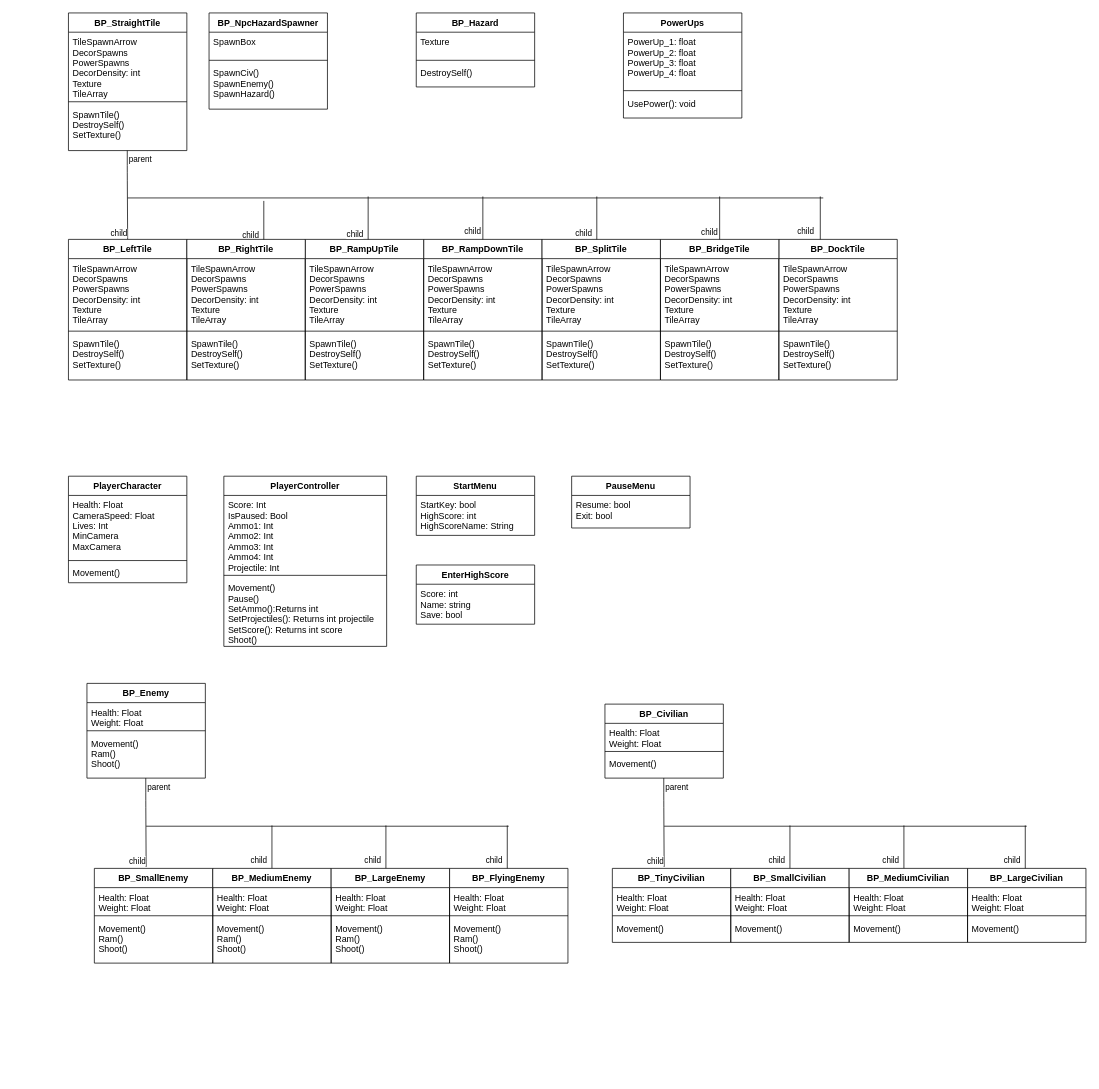
EanBott/MultiUserProject keeps this draw.io diagram as MAP UML Diagram.drawio. Above is the earlier version. Source tidied: cells renumbered, new cells numbered last; positions are measured from the earlier drawing's top-left corner, leaving out a move shared by most shapes. Both pictures are drawn from the tidied source at 74%, with x=0, y=0 at pixel (68, 13).
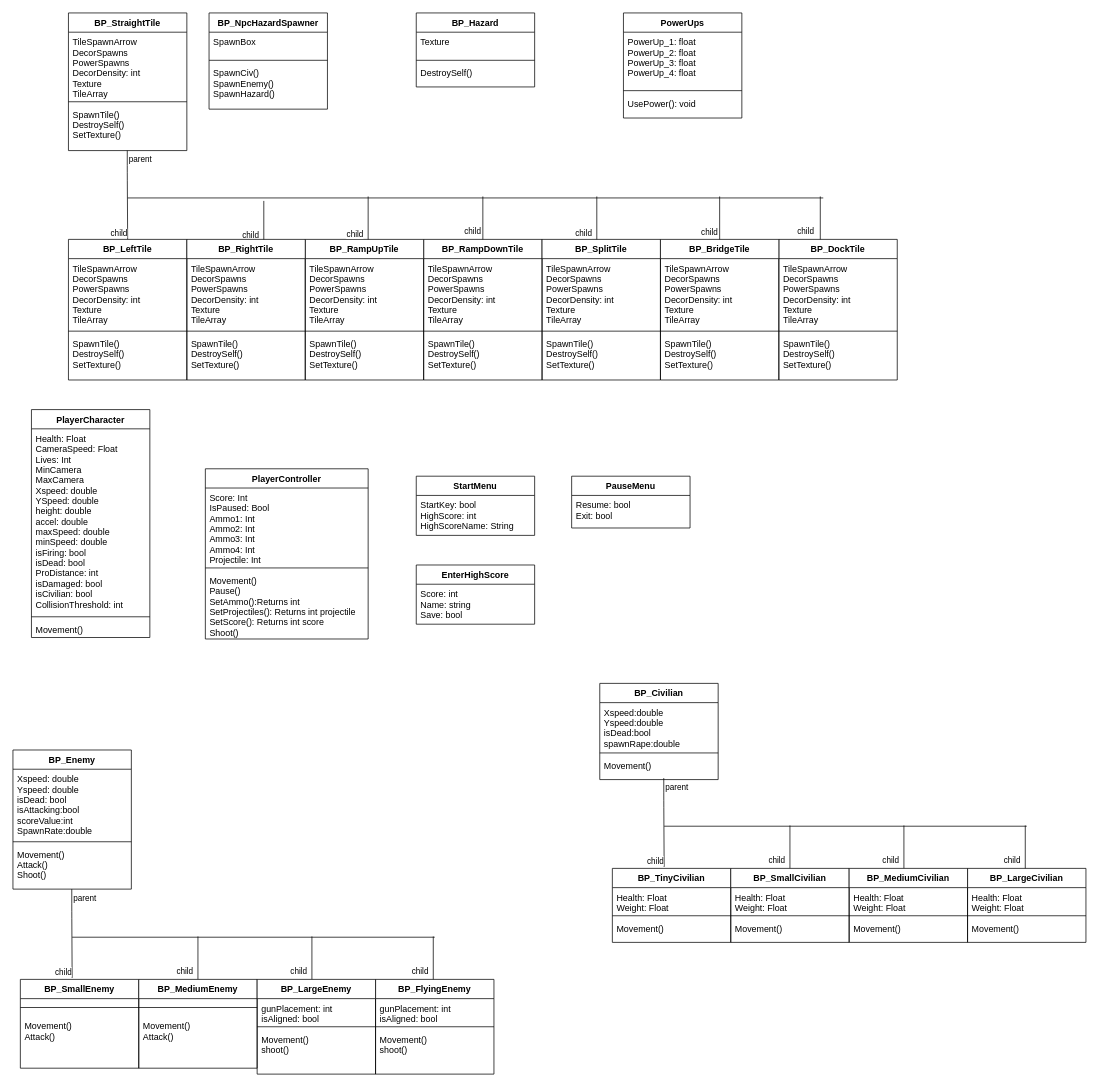
After the change.

What changed in the source:
```diff
@@
     <mxCell id="58" value="PlayerCharacter" style="swimlane;fontStyle=1;align=center;verticalAlign=top;horizontal=1;startSize=26;" parent="1" vertex="1">
-      <mxGeometry y="626" width="160" height="144" as="geometry" />
+      <mxGeometry x="-50" y="536" width="160" height="308" as="geometry" />
     </mxCell>
-    <mxCell id="59" value="Health: Float&#10;CameraSpeed: Float&#10;Lives: Int&#10;MinCamera&#10;MaxCamera" style="text;strokeColor=none;fillColor=none;align=left;verticalAlign=top;spacingLeft=4;spacingRight=4;overflow=hidden;" parent="58" vertex="1">
-      <mxGeometry y="26" width="160" height="84" as="geometry" />
+    <mxCell id="59" value="Health: Float&#10;CameraSpeed: Float&#10;Lives: Int&#10;MinCamera&#10;MaxCamera&#10;Xspeed: double&#10;YSpeed: double&#10;height: double&#10;accel: double&#10;maxSpeed: double&#10;minSpeed: double&#10;isFiring: bool&#10;isDead: bool&#10;ProDistance: int&#10;isDamaged: bool&#10;isCivilian: bool&#10;CollisionThreshold: int" style="text;strokeColor=none;fillColor=none;align=left;verticalAlign=top;spacingLeft=4;spacingRight=4;overflow=hidden;" parent="58" vertex="1">
+      <mxGeometry y="26" width="160" height="250" as="geometry" />
     </mxCell>
     <mxCell id="60" style="line;strokeWidth=1;fillColor=none;align=left;verticalAlign=middle;spacingTop=-1;spacingLeft=3;spacingRight=3;labelPosition=right;" parent="58" vertex="1">
-      <mxGeometry y="110" width="160" height="8" as="geometry" />
+      <mxGeometry y="276" width="160" height="8" as="geometry" />
     </mxCell>
     <mxCell id="61" value="Movement()" style="text;strokeColor=none;fillColor=none;align=left;verticalAlign=top;spacingLeft=4;spacingRight=4;overflow=hidden;" parent="58" vertex="1">
-      <mxGeometry y="118" width="160" height="26" as="geometry" />
+      <mxGeometry y="284" width="160" height="24" as="geometry" />
     </mxCell>
@@
     <mxCell id="64" value="PlayerController" style="swimlane;fontStyle=1;align=center;verticalAlign=top;horizontal=1;startSize=26;" parent="1" vertex="1">
-      <mxGeometry x="210" y="626" width="220" height="230" as="geometry" />
+      <mxGeometry x="185" y="616" width="220" height="230" as="geometry" />
     </mxCell>
@@
     <mxCell id="72" value="BP_Enemy" style="swimlane;fontStyle=1;align=center;verticalAlign=top;horizontal=1;startSize=26;" parent="1" vertex="1">
-      <mxGeometry x="25" y="906" width="160" height="128" as="geometry" />
+      <mxGeometry x="-75" y="996" width="160" height="188" as="geometry" />
     </mxCell>
-    <mxCell id="73" value="Health: Float&#10;Weight: Float" style="text;strokeColor=none;fillColor=none;align=left;verticalAlign=top;spacingLeft=4;spacingRight=4;overflow=hidden;" parent="72" vertex="1">
-      <mxGeometry y="26" width="160" height="34" as="geometry" />
+    <mxCell id="73" value="Xspeed: double&#10;Yspeed: double&#10;isDead: bool&#10;isAttacking:bool&#10;scoreValue:int&#10;SpawnRate:double" style="text;strokeColor=none;fillColor=none;align=left;verticalAlign=top;spacingLeft=4;spacingRight=4;overflow=hidden;" parent="72" vertex="1">
+      <mxGeometry y="26" width="160" height="94" as="geometry" />
     </mxCell>
     <mxCell id="74" style="line;strokeWidth=1;fillColor=none;align=left;verticalAlign=middle;spacingTop=-1;spacingLeft=3;spacingRight=3;labelPosition=right;" parent="72" vertex="1">
-      <mxGeometry y="60" width="160" height="8" as="geometry" />
+      <mxGeometry y="120" width="160" height="8" as="geometry" />
     </mxCell>
-    <mxCell id="75" value="Movement()&#10;Ram()&#10;Shoot()" style="text;strokeColor=none;fillColor=none;align=left;verticalAlign=top;spacingLeft=4;spacingRight=4;overflow=hidden;" parent="72" vertex="1">
-      <mxGeometry y="68" width="160" height="60" as="geometry" />
+    <mxCell id="75" value="Movement()&#10;Attack()&#10;Shoot()" style="text;strokeColor=none;fillColor=none;align=left;verticalAlign=top;spacingLeft=4;spacingRight=4;overflow=hidden;" parent="72" vertex="1">
+      <mxGeometry y="128" width="160" height="60" as="geometry" />
     </mxCell>
     <mxCell id="76" value="BP_SmallEnemy" style="swimlane;fontStyle=1;align=center;verticalAlign=top;horizontal=1;startSize=26;" parent="1" vertex="1">
-      <mxGeometry x="35" y="1156" width="160" height="128" as="geometry" />
+      <mxGeometry x="-65" y="1306" width="160" height="120" as="geometry" />
     </mxCell>
-    <mxCell id="77" value="Health: Float&#10;Weight: Float" style="text;strokeColor=none;fillColor=none;align=left;verticalAlign=top;spacingLeft=4;spacingRight=4;overflow=hidden;" parent="76" vertex="1">
-      <mxGeometry y="26" width="160" height="34" as="geometry" />
-    </mxCell>
     <mxCell id="78" style="line;strokeWidth=1;fillColor=none;align=left;verticalAlign=middle;spacingTop=-1;spacingLeft=3;spacingRight=3;labelPosition=right;" parent="76" vertex="1">
-      <mxGeometry y="60" width="160" height="8" as="geometry" />
+      <mxGeometry y="26" width="160" height="24" as="geometry" />
     </mxCell>
-    <mxCell id="79" value="Movement()&#10;Ram()&#10;Shoot()" style="text;strokeColor=none;fillColor=none;align=left;verticalAlign=top;spacingLeft=4;spacingRight=4;overflow=hidden;" parent="76" vertex="1">
-      <mxGeometry y="68" width="160" height="60" as="geometry" />
+    <mxCell id="79" value="Movement()&#10;Attack()" style="text;strokeColor=none;fillColor=none;align=left;verticalAlign=top;spacingLeft=4;spacingRight=4;overflow=hidden;" parent="76" vertex="1">
+      <mxGeometry y="50" width="160" height="70" as="geometry" />
     </mxCell>
     <mxCell id="80" style="endArrow=none;html=1;edgeStyle=orthogonalEdgeStyle;" parent="1" edge="1">
       <mxGeometry relative="1" as="geometry">
-        <mxPoint x="104.5" y="1034" as="sourcePoint" />
-        <mxPoint x="105" y="1154" as="targetPoint" />
+        <mxPoint x="4.5" y="1184" as="sourcePoint" />
+        <mxPoint x="5" y="1304" as="targetPoint" />
         <Array as="points">
-          <mxPoint x="105" y="1064" />
-          <mxPoint x="105" y="1064" />
+          <mxPoint x="5" y="1214" />
+          <mxPoint x="5" y="1214" />
         </Array>
       </mxGeometry>
     </mxCell>
@@
     <mxCell id="83" value="BP_FlyingEnemy" style="swimlane;fontStyle=1;align=center;verticalAlign=top;horizontal=1;startSize=26;" parent="1" vertex="1">
-      <mxGeometry x="515" y="1156" width="160" height="128" as="geometry" />
+      <mxGeometry x="415" y="1306" width="160" height="128" as="geometry" />
     </mxCell>
-    <mxCell id="84" value="Health: Float&#10;Weight: Float" style="text;strokeColor=none;fillColor=none;align=left;verticalAlign=top;spacingLeft=4;spacingRight=4;overflow=hidden;" parent="83" vertex="1">
+    <mxCell id="84" value="gunPlacement: int&#10;isAligned: bool" style="text;strokeColor=none;fillColor=none;align=left;verticalAlign=top;spacingLeft=4;spacingRight=4;overflow=hidden;" parent="83" vertex="1">
       <mxGeometry y="26" width="160" height="34" as="geometry" />
     </mxCell>
@@
-    <mxCell id="86" value="Movement()&#10;Ram()&#10;Shoot()" style="text;strokeColor=none;fillColor=none;align=left;verticalAlign=top;spacingLeft=4;spacingRight=4;overflow=hidden;" parent="83" vertex="1">
+    <mxCell id="86" value="Movement()&#10;shoot()" style="text;strokeColor=none;fillColor=none;align=left;verticalAlign=top;spacingLeft=4;spacingRight=4;overflow=hidden;" parent="83" vertex="1">
       <mxGeometry y="68" width="160" height="60" as="geometry" />
     </mxCell>
     <mxCell id="87" value="child" style="edgeLabel;html=1;align=right;verticalAlign=bottom;" parent="1" vertex="1">
-      <mxGeometry x="579" y="1150" as="geometry">
+      <mxGeometry x="479" y="1300" as="geometry">
         <mxPoint x="8" y="3" as="offset" />
       </mxGeometry>
     </mxCell>
     <mxCell id="88" style="line;strokeWidth=1;fillColor=none;align=left;verticalAlign=middle;spacingTop=-1;spacingLeft=3;spacingRight=3;labelPosition=right;direction=south;" parent="1" vertex="1">
-      <mxGeometry x="589" y="1098" width="8" height="58" as="geometry" />
+      <mxGeometry x="489" y="1248" width="8" height="58" as="geometry" />
     </mxCell>
     <mxCell id="89" style="line;strokeWidth=1;fillColor=none;align=left;verticalAlign=middle;spacingTop=-1;spacingLeft=3;spacingRight=3;labelPosition=right;" parent="1" vertex="1">
-      <mxGeometry x="105" y="1095" width="490" height="8" as="geometry" />
+      <mxGeometry x="5" y="1245" width="490" height="8" as="geometry" />
     </mxCell>
     <mxCell id="90" style="line;strokeWidth=1;fillColor=none;align=left;verticalAlign=middle;spacingTop=-1;spacingLeft=3;spacingRight=3;labelPosition=right;direction=south;" parent="1" vertex="1">
-      <mxGeometry x="271" y="1098" width="8" height="58" as="geometry" />
+      <mxGeometry x="171" y="1248" width="8" height="58" as="geometry" />
     </mxCell>
     <mxCell id="91" value="BP_MediumEnemy" style="swimlane;fontStyle=1;align=center;verticalAlign=top;horizontal=1;startSize=26;" parent="1" vertex="1">
-      <mxGeometry x="195" y="1156" width="160" height="128" as="geometry" />
+      <mxGeometry x="95" y="1306" width="160" height="120" as="geometry" />
     </mxCell>
-    <mxCell id="92" value="Health: Float&#10;Weight: Float" style="text;strokeColor=none;fillColor=none;align=left;verticalAlign=top;spacingLeft=4;spacingRight=4;overflow=hidden;" parent="91" vertex="1">
-      <mxGeometry y="26" width="160" height="34" as="geometry" />
-    </mxCell>
     <mxCell id="93" style="line;strokeWidth=1;fillColor=none;align=left;verticalAlign=middle;spacingTop=-1;spacingLeft=3;spacingRight=3;labelPosition=right;" parent="91" vertex="1">
-      <mxGeometry y="60" width="160" height="8" as="geometry" />
+      <mxGeometry y="26" width="160" height="24" as="geometry" />
     </mxCell>
-    <mxCell id="94" value="Movement()&#10;Ram()&#10;Shoot()" style="text;strokeColor=none;fillColor=none;align=left;verticalAlign=top;spacingLeft=4;spacingRight=4;overflow=hidden;" parent="91" vertex="1">
-      <mxGeometry y="68" width="160" height="60" as="geometry" />
+    <mxCell id="94" value="Movement()&#10;Attack()" style="text;strokeColor=none;fillColor=none;align=left;verticalAlign=top;spacingLeft=4;spacingRight=4;overflow=hidden;" parent="91" vertex="1">
+      <mxGeometry y="50" width="160" height="70" as="geometry" />
     </mxCell>
     <mxCell id="95" value="child" style="edgeLabel;html=1;align=right;verticalAlign=bottom;" parent="1" vertex="1">
-      <mxGeometry x="261" y="1150" as="geometry">
+      <mxGeometry x="161" y="1300" as="geometry">
         <mxPoint x="8" y="3" as="offset" />
       </mxGeometry>
     </mxCell>
     <mxCell id="96" value="child" style="edgeLabel;html=1;align=right;verticalAlign=bottom;" parent="1" vertex="1">
-      <mxGeometry x="415" y="1150" as="geometry">
+      <mxGeometry x="315" y="1300" as="geometry">
         <mxPoint x="8" y="3" as="offset" />
       </mxGeometry>
     </mxCell>
     <mxCell id="97" style="line;strokeWidth=1;fillColor=none;align=left;verticalAlign=middle;spacingTop=-1;spacingLeft=3;spacingRight=3;labelPosition=right;direction=south;" parent="1" vertex="1">
-      <mxGeometry x="425" y="1098" width="8" height="58" as="geometry" />
+      <mxGeometry x="325" y="1248" width="8" height="58" as="geometry" />
     </mxCell>
     <mxCell id="98" value="BP_LargeEnemy" style="swimlane;fontStyle=1;align=center;verticalAlign=top;horizontal=1;startSize=26;" parent="1" vertex="1">
-      <mxGeometry x="355" y="1156" width="160" height="128" as="geometry" />
+      <mxGeometry x="255" y="1306" width="160" height="128" as="geometry" />
     </mxCell>
-    <mxCell id="99" value="Health: Float&#10;Weight: Float" style="text;strokeColor=none;fillColor=none;align=left;verticalAlign=top;spacingLeft=4;spacingRight=4;overflow=hidden;" parent="98" vertex="1">
+    <mxCell id="99" value="gunPlacement: int&#10;isAligned: bool" style="text;strokeColor=none;fillColor=none;align=left;verticalAlign=top;spacingLeft=4;spacingRight=4;overflow=hidden;" parent="98" vertex="1">
       <mxGeometry y="26" width="160" height="34" as="geometry" />
     </mxCell>
@@
-    <mxCell id="101" value="Movement()&#10;Ram()&#10;Shoot()" style="text;strokeColor=none;fillColor=none;align=left;verticalAlign=top;spacingLeft=4;spacingRight=4;overflow=hidden;" parent="98" vertex="1">
+    <mxCell id="101" value="Movement()&#10;shoot()" style="text;strokeColor=none;fillColor=none;align=left;verticalAlign=top;spacingLeft=4;spacingRight=4;overflow=hidden;" parent="98" vertex="1">
       <mxGeometry y="68" width="160" height="60" as="geometry" />
     </mxCell>
     <mxCell id="102" value="BP_Civilian" style="swimlane;fontStyle=1;align=center;verticalAlign=top;horizontal=1;startSize=26;" parent="1" vertex="1">
-      <mxGeometry x="725" y="934" width="160" height="100" as="geometry" />
+      <mxGeometry x="718" y="906" width="160" height="130" as="geometry" />
     </mxCell>
-    <mxCell id="103" value="Health: Float&#10;Weight: Float" style="text;strokeColor=none;fillColor=none;align=left;verticalAlign=top;spacingLeft=4;spacingRight=4;overflow=hidden;" parent="102" vertex="1">
-      <mxGeometry y="26" width="160" height="34" as="geometry" />
+    <mxCell id="103" value="Xspeed:double&#10;Yspeed:double&#10;isDead:bool&#10;spawnRape:double" style="text;strokeColor=none;fillColor=none;align=left;verticalAlign=top;spacingLeft=4;spacingRight=4;overflow=hidden;" parent="102" vertex="1">
+      <mxGeometry y="26" width="160" height="64" as="geometry" />
     </mxCell>
     <mxCell id="104" style="line;strokeWidth=1;fillColor=none;align=left;verticalAlign=middle;spacingTop=-1;spacingLeft=3;spacingRight=3;labelPosition=right;" parent="102" vertex="1">
-      <mxGeometry y="60" width="160" height="8" as="geometry" />
+      <mxGeometry y="90" width="160" height="8" as="geometry" />
     </mxCell>
     <mxCell id="105" value="Movement()" style="text;strokeColor=none;fillColor=none;align=left;verticalAlign=top;spacingLeft=4;spacingRight=4;overflow=hidden;" parent="102" vertex="1">
-      <mxGeometry y="68" width="160" height="32" as="geometry" />
+      <mxGeometry y="98" width="160" height="32" as="geometry" />
     </mxCell>
```
